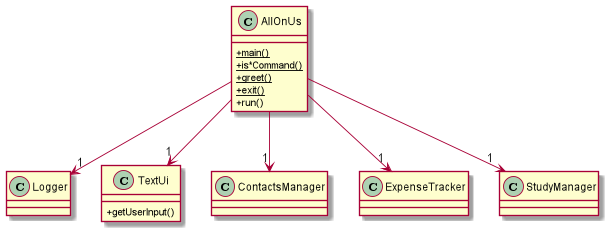
nus-cs2113-AY2122S2/tp keeps this PlantUML diagram as docs/images/MenuFeaturesClassDiagram.png. Above is the earlier version.
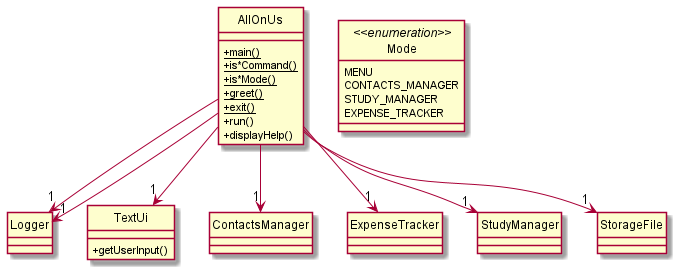
After the change.

Diff of the diagram source:
```diff
@@ -1,13 +1,17 @@
 @startuml
 
-!include Style.puml
+skinparam classAttributeIconSize 0
+skinparam guillemet false
 
+hide circle
 class AllOnUs
 AllOnUs : <u>+main()
 AllOnUs : <u>+is*Command()
+AllOnUs : <u>+is*Mode()
 AllOnUs : <u>+greet()
 AllOnUs : <u>+exit()
 AllOnUs : +run()
+AllOnUs : +displayHelp()
 
 class Logger
 
@@ -20,12 +24,22 @@
 
 class StudyManager
 
+class StorageFile
+
+enum Mode <<enumeration>> {
+    MENU
+    CONTACTS_MANAGER
+    STUDY_MANAGER
+    EXPENSE_TRACKER
+}
+
+AllOnUs --> "1" Logger
 AllOnUs --> "1" Logger
 AllOnUs --> "1" StudyManager
 AllOnUs --> "1" ContactsManager
 AllOnUs --> "1" TextUi
 AllOnUs --> "1" ExpenseTracker
-
+AllOnUs --> "1" StorageFile
 
 
 
```
